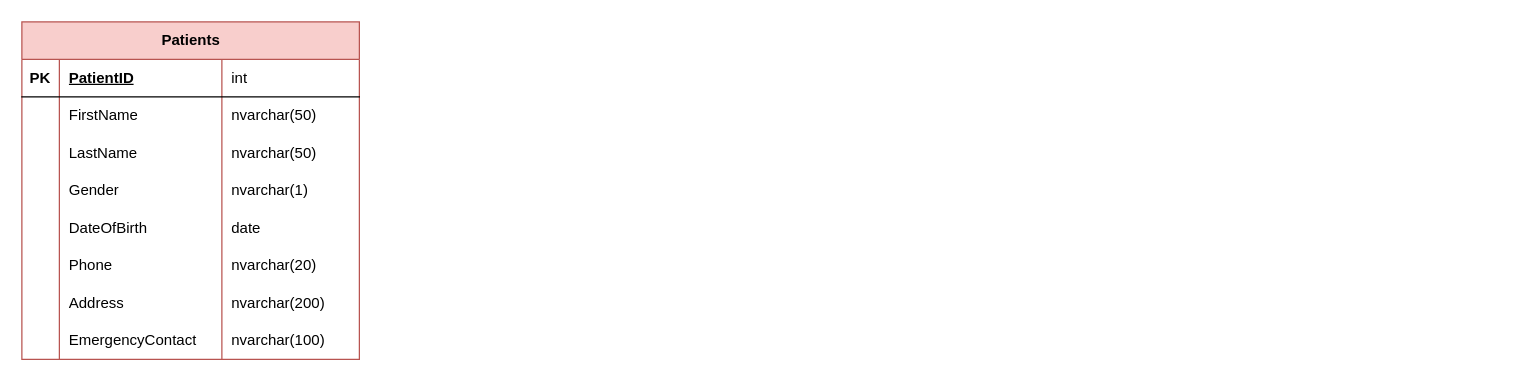
Above: DataBaseSchema/Schema_MentalHealthCare.drawio in ahmedabdelal7/MHC_System (draw.io), before the change. Source tidied: cells renumbered, new cells numbered last; positions are measured from the earlier drawing's top-left corner, leaving out a move shared by most shapes. Both pictures are drawn from the tidied source at 125%, with x=0, y=0 at pixel (21, 21).
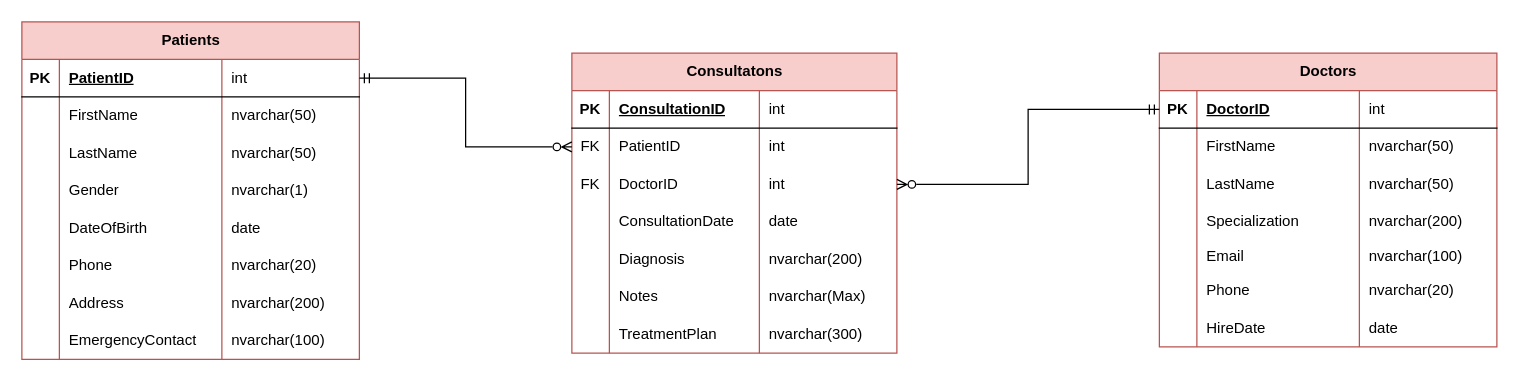
Above is the later version.

Unchanged cells that the change refers to:
```xml
<mxCell id="3" style="shape=tableRow;horizontal=0;startSize=0;swimlaneHead=0;swimlaneBody=0;fillColor=none;points=[[0,0.5],[1,0.5]];portConstraint=eastwest;top=0;left=0;right=0;bottom=1;" parent="2" vertex="1">
  <mxGeometry y="30" width="270" height="30" as="geometry" />
</mxCell>
```

Change to the diagram source:
```diff
@@
+    <mxCell id="36" value="Doctors" style="shape=table;startSize=30;childLayout=tableLayout;rowLines=0;fontStyle=1;align=center;html=1;labelBackgroundColor=none;fillColor=#f8cecc;strokeColor=#b85450;" parent="1" vertex="1">
+      <mxGeometry x="910" y="25" width="270" height="235" as="geometry" />
+    </mxCell>
+    <mxCell id="37" style="shape=tableRow;horizontal=0;startSize=0;swimlaneHead=0;swimlaneBody=0;fillColor=none;points=[[0,0.5],[1,0.5]];portConstraint=eastwest;top=0;left=0;right=0;bottom=1;" parent="36" vertex="1">
+      <mxGeometry y="30" width="270" height="30" as="geometry" />
+    </mxCell>
+    <mxCell id="38" value="PK" style="shape=partialRectangle;fillColor=none;top=0;left=0;bottom=0;right=0;fontStyle=1;overflow=hidden;whiteSpace=wrap;html=1;" parent="37" vertex="1">
+      <mxGeometry width="30" height="30" as="geometry" />
+    </mxCell>
+    <mxCell id="39" value="DoctorID" style="shape=partialRectangle;fillColor=none;top=0;left=0;bottom=0;right=0;align=left;spacingLeft=6;fontStyle=5;overflow=hidden;whiteSpace=wrap;html=1;" parent="37" vertex="1">
+      <mxGeometry x="30" width="130" height="30" as="geometry" />
+    </mxCell>
+    <mxCell id="40" value="int" style="shape=partialRectangle;fillColor=none;top=0;left=0;bottom=0;right=0;align=left;spacingLeft=6;fontStyle=0;overflow=hidden;whiteSpace=wrap;html=1;" parent="37" vertex="1">
+      <mxGeometry x="160" width="110" height="30" as="geometry" />
+    </mxCell>
+    <mxCell id="41" style="shape=tableRow;horizontal=0;startSize=0;swimlaneHead=0;swimlaneBody=0;fillColor=none;points=[[0,0.5],[1,0.5]];portConstraint=eastwest;top=0;left=0;right=0;bottom=0;" parent="36" vertex="1">
+      <mxGeometry y="60" width="270" height="30" as="geometry" />
+    </mxCell>
+    <mxCell id="42" style="shape=partialRectangle;fillColor=none;top=0;left=0;bottom=0;right=0;overflow=hidden;whiteSpace=wrap;html=1;" parent="41" vertex="1">
+      <mxGeometry width="30" height="30" as="geometry" />
+    </mxCell>
+    <mxCell id="43" value="FirstName" style="shape=partialRectangle;fillColor=none;top=0;left=0;bottom=0;right=0;align=left;spacingLeft=6;overflow=hidden;whiteSpace=wrap;html=1;" parent="41" vertex="1">
+      <mxGeometry x="30" width="130" height="30" as="geometry" />
+    </mxCell>
+    <mxCell id="44" value="nvarchar(50)" style="shape=partialRectangle;fillColor=none;top=0;left=0;bottom=0;right=0;align=left;spacingLeft=6;overflow=hidden;whiteSpace=wrap;html=1;fontStyle=0;" parent="41" vertex="1">
+      <mxGeometry x="160" width="110" height="30" as="geometry" />
+    </mxCell>
+    <mxCell id="45" style="shape=tableRow;horizontal=0;startSize=0;swimlaneHead=0;swimlaneBody=0;fillColor=none;top=0;left=0;right=0;bottom=0;" parent="36" vertex="1">
+      <mxGeometry y="90" width="270" height="30" as="geometry" />
+    </mxCell>
+    <mxCell id="46" style="shape=partialRectangle;fillColor=none;top=0;left=0;bottom=0;right=0;overflow=hidden;whiteSpace=wrap;html=1;" parent="45" vertex="1">
+      <mxGeometry width="30" height="30" as="geometry" />
+    </mxCell>
+    <mxCell id="47" value="LastName" style="shape=partialRectangle;fillColor=none;top=0;left=0;bottom=0;right=0;align=left;spacingLeft=6;overflow=hidden;whiteSpace=wrap;html=1;" parent="45" vertex="1">
+      <mxGeometry x="30" width="130" height="30" as="geometry" />
+    </mxCell>
+    <mxCell id="48" value="nvarchar(50)" style="shape=partialRectangle;fillColor=none;top=0;left=0;bottom=0;right=0;align=left;spacingLeft=6;overflow=hidden;whiteSpace=wrap;html=1;fontStyle=0;" parent="45" vertex="1">
+      <mxGeometry x="160" width="110" height="30" as="geometry" />
+    </mxCell>
+    <mxCell id="49" style="shape=tableRow;horizontal=0;startSize=0;swimlaneHead=0;swimlaneBody=0;fillColor=none;top=0;left=0;right=0;bottom=0;" parent="36" vertex="1">
+      <mxGeometry y="120" width="270" height="30" as="geometry" />
+    </mxCell>
+    <mxCell id="50" style="shape=partialRectangle;fillColor=none;top=0;left=0;bottom=0;right=0;overflow=hidden;whiteSpace=wrap;html=1;" parent="49" vertex="1">
+      <mxGeometry width="30" height="30" as="geometry" />
+    </mxCell>
+    <mxCell id="51" value="Specialization" style="shape=partialRectangle;fillColor=none;top=0;left=0;bottom=0;right=0;align=left;spacingLeft=6;overflow=hidden;whiteSpace=wrap;html=1;" parent="49" vertex="1">
+      <mxGeometry x="30" width="130" height="30" as="geometry" />
+    </mxCell>
+    <mxCell id="52" value="nvarchar(200)" style="shape=partialRectangle;fillColor=none;top=0;left=0;bottom=0;right=0;align=left;spacingLeft=6;overflow=hidden;whiteSpace=wrap;html=1;fontStyle=0;" parent="49" vertex="1">
+      <mxGeometry x="160" width="110" height="30" as="geometry" />
+    </mxCell>
+    <mxCell id="53" style="shape=tableRow;horizontal=0;startSize=0;swimlaneHead=0;swimlaneBody=0;fillColor=none;top=0;left=0;right=0;bottom=0;" parent="36" vertex="1">
+      <mxGeometry y="150" width="270" height="25" as="geometry" />
+    </mxCell>
+    <mxCell id="54" style="shape=partialRectangle;fillColor=none;top=0;left=0;bottom=0;right=0;overflow=hidden;whiteSpace=wrap;html=1;" parent="53" vertex="1">
+      <mxGeometry width="30" height="25" as="geometry" />
+    </mxCell>
+    <mxCell id="55" value="Email" style="shape=partialRectangle;fillColor=none;top=0;left=0;bottom=0;right=0;align=left;spacingLeft=6;overflow=hidden;whiteSpace=wrap;html=1;" parent="53" vertex="1">
+      <mxGeometry x="30" width="130" height="25" as="geometry" />
+    </mxCell>
+    <mxCell id="56" value="nvarchar(100)" style="shape=partialRectangle;fillColor=none;top=0;left=0;bottom=0;right=0;align=left;spacingLeft=6;overflow=hidden;whiteSpace=wrap;html=1;fontStyle=0;" parent="53" vertex="1">
+      <mxGeometry x="160" width="110" height="25" as="geometry" />
+    </mxCell>
+    <mxCell id="57" style="shape=tableRow;horizontal=0;startSize=0;swimlaneHead=0;swimlaneBody=0;fillColor=none;top=0;left=0;right=0;bottom=0;" parent="36" vertex="1">
+      <mxGeometry y="175" width="270" height="30" as="geometry" />
+    </mxCell>
+    <mxCell id="58" style="shape=partialRectangle;fillColor=none;top=0;left=0;bottom=0;right=0;overflow=hidden;whiteSpace=wrap;html=1;" parent="57" vertex="1">
+      <mxGeometry width="30" height="30" as="geometry" />
+    </mxCell>
+    <mxCell id="59" value="Phone" style="shape=partialRectangle;fillColor=none;top=0;left=0;bottom=0;right=0;align=left;spacingLeft=6;overflow=hidden;whiteSpace=wrap;html=1;" parent="57" vertex="1">
+      <mxGeometry x="30" width="130" height="30" as="geometry" />
+    </mxCell>
+    <mxCell id="60" value="nvarchar(20)" style="shape=partialRectangle;fillColor=none;top=0;left=0;bottom=0;right=0;align=left;spacingLeft=6;overflow=hidden;whiteSpace=wrap;html=1;fontStyle=0;" parent="57" vertex="1">
+      <mxGeometry x="160" width="110" height="30" as="geometry" />
+    </mxCell>
+    <mxCell id="61" style="shape=tableRow;horizontal=0;startSize=0;swimlaneHead=0;swimlaneBody=0;fillColor=none;top=0;left=0;right=0;bottom=0;" parent="36" vertex="1">
+      <mxGeometry y="205" width="270" height="30" as="geometry" />
+    </mxCell>
+    <mxCell id="62" style="shape=partialRectangle;fillColor=none;top=0;left=0;bottom=0;right=0;overflow=hidden;whiteSpace=wrap;html=1;" parent="61" vertex="1">
+      <mxGeometry width="30" height="30" as="geometry" />
+    </mxCell>
+    <mxCell id="63" value="HireDate" style="shape=partialRectangle;fillColor=none;top=0;left=0;bottom=0;right=0;align=left;spacingLeft=6;overflow=hidden;whiteSpace=wrap;html=1;" parent="61" vertex="1">
+      <mxGeometry x="30" width="130" height="30" as="geometry" />
+    </mxCell>
+    <mxCell id="64" value="date" style="shape=partialRectangle;fillColor=none;top=0;left=0;bottom=0;right=0;align=left;spacingLeft=6;overflow=hidden;whiteSpace=wrap;html=1;fontStyle=0;" parent="61" vertex="1">
+      <mxGeometry x="160" width="110" height="30" as="geometry" />
+    </mxCell>
+    <mxCell id="65" style="edgeStyle=orthogonalEdgeStyle;curved=1;rounded=0;orthogonalLoop=1;jettySize=auto;html=1;exitX=1;exitY=0.5;exitDx=0;exitDy=0;" parent="36" edge="1" source="41" target="41">
+      <mxGeometry relative="1" as="geometry" />
+    </mxCell>
+    <mxCell id="66" value="Consultatons" style="shape=table;startSize=30;childLayout=tableLayout;rowLines=0;fontStyle=1;align=center;html=1;labelBackgroundColor=none;fillColor=#f8cecc;strokeColor=#b85450;" parent="1" vertex="1">
+      <mxGeometry x="440" y="25" width="260" height="240" as="geometry" />
+    </mxCell>
+    <mxCell id="67" style="shape=tableRow;horizontal=0;startSize=0;swimlaneHead=0;swimlaneBody=0;fillColor=none;top=0;left=0;right=0;bottom=1;" parent="66" vertex="1">
+      <mxGeometry y="30" width="260" height="30" as="geometry" />
+    </mxCell>
+    <mxCell id="68" value="PK" style="shape=partialRectangle;fillColor=none;top=0;left=0;bottom=0;right=0;fontStyle=1;overflow=hidden;whiteSpace=wrap;html=1;" parent="67" vertex="1">
+      <mxGeometry width="30" height="30" as="geometry" />
+    </mxCell>
+    <mxCell id="69" value="ConsultationID" style="shape=partialRectangle;fillColor=none;top=0;left=0;bottom=0;right=0;align=left;spacingLeft=6;fontStyle=5;overflow=hidden;whiteSpace=wrap;html=1;" parent="67" vertex="1">
+      <mxGeometry x="30" width="120" height="30" as="geometry" />
+    </mxCell>
+    <mxCell id="70" value="int" style="shape=partialRectangle;fillColor=none;top=0;left=0;bottom=0;right=0;align=left;spacingLeft=6;fontStyle=0;overflow=hidden;whiteSpace=wrap;html=1;" parent="67" vertex="1">
+      <mxGeometry x="150" width="110" height="30" as="geometry" />
+    </mxCell>
+    <mxCell id="71" style="shape=tableRow;horizontal=0;startSize=0;swimlaneHead=0;swimlaneBody=0;fillColor=none;points=[[0,0.5],[1,0.5]];portConstraint=eastwest;top=0;left=0;right=0;bottom=0;" parent="66" vertex="1">
+      <mxGeometry y="60" width="260" height="30" as="geometry" />
+    </mxCell>
+    <mxCell id="72" value="FK" style="shape=partialRectangle;fillColor=none;top=0;left=0;bottom=0;right=0;overflow=hidden;whiteSpace=wrap;html=1;" parent="71" vertex="1">
+      <mxGeometry width="30" height="30" as="geometry" />
+    </mxCell>
+    <mxCell id="73" value="PatientID" style="shape=partialRectangle;fillColor=none;top=0;left=0;bottom=0;right=0;align=left;spacingLeft=6;overflow=hidden;whiteSpace=wrap;html=1;" parent="71" vertex="1">
+      <mxGeometry x="30" width="120" height="30" as="geometry" />
+    </mxCell>
+    <mxCell id="74" value="int" style="shape=partialRectangle;fillColor=none;top=0;left=0;bottom=0;right=0;align=left;spacingLeft=6;overflow=hidden;whiteSpace=wrap;html=1;fontStyle=0;" parent="71" vertex="1">
+      <mxGeometry x="150" width="110" height="30" as="geometry" />
+    </mxCell>
+    <mxCell id="75" style="shape=tableRow;horizontal=0;startSize=0;swimlaneHead=0;swimlaneBody=0;fillColor=none;points=[[0,0.5],[1,0.5]];portConstraint=eastwest;top=0;left=0;right=0;bottom=0;" parent="66" vertex="1">
+      <mxGeometry y="90" width="260" height="30" as="geometry" />
+    </mxCell>
+    <mxCell id="76" value="FK" style="shape=partialRectangle;fillColor=none;top=0;left=0;bottom=0;right=0;overflow=hidden;whiteSpace=wrap;html=1;" parent="75" vertex="1">
+      <mxGeometry width="30" height="30" as="geometry" />
+    </mxCell>
+    <mxCell id="77" value="DoctorID" style="shape=partialRectangle;fillColor=none;top=0;left=0;bottom=0;right=0;align=left;spacingLeft=6;overflow=hidden;whiteSpace=wrap;html=1;" parent="75" vertex="1">
+      <mxGeometry x="30" width="120" height="30" as="geometry" />
+    </mxCell>
+    <mxCell id="78" value="int" style="shape=partialRectangle;fillColor=none;top=0;left=0;bottom=0;right=0;align=left;spacingLeft=6;overflow=hidden;whiteSpace=wrap;html=1;fontStyle=0;" parent="75" vertex="1">
+      <mxGeometry x="150" width="110" height="30" as="geometry" />
+    </mxCell>
+    <mxCell id="79" style="shape=tableRow;horizontal=0;startSize=0;swimlaneHead=0;swimlaneBody=0;fillColor=none;top=0;left=0;right=0;bottom=0;" parent="66" vertex="1">
+      <mxGeometry y="120" width="260" height="30" as="geometry" />
+    </mxCell>
+    <mxCell id="80" style="shape=partialRectangle;fillColor=none;top=0;left=0;bottom=0;right=0;overflow=hidden;whiteSpace=wrap;html=1;" parent="79" vertex="1">
+      <mxGeometry width="30" height="30" as="geometry" />
+    </mxCell>
+    <mxCell id="81" value="ConsultationDate" style="shape=partialRectangle;fillColor=none;top=0;left=0;bottom=0;right=0;align=left;spacingLeft=6;overflow=hidden;whiteSpace=wrap;html=1;" parent="79" vertex="1">
+      <mxGeometry x="30" width="120" height="30" as="geometry" />
+    </mxCell>
+    <mxCell id="82" value="date" style="shape=partialRectangle;fillColor=none;top=0;left=0;bottom=0;right=0;align=left;spacingLeft=6;overflow=hidden;whiteSpace=wrap;html=1;fontStyle=0;" parent="79" vertex="1">
+      <mxGeometry x="150" width="110" height="30" as="geometry" />
+    </mxCell>
+    <mxCell id="83" style="shape=tableRow;horizontal=0;startSize=0;swimlaneHead=0;swimlaneBody=0;fillColor=none;top=0;left=0;right=0;bottom=0;" parent="66" vertex="1">
+      <mxGeometry y="150" width="260" height="30" as="geometry" />
+    </mxCell>
+    <mxCell id="84" style="shape=partialRectangle;fillColor=none;top=0;left=0;bottom=0;right=0;overflow=hidden;whiteSpace=wrap;html=1;" parent="83" vertex="1">
+      <mxGeometry width="30" height="30" as="geometry" />
+    </mxCell>
+    <mxCell id="85" value="Diagnosis" style="shape=partialRectangle;fillColor=none;top=0;left=0;bottom=0;right=0;align=left;spacingLeft=6;overflow=hidden;whiteSpace=wrap;html=1;" parent="83" vertex="1">
+      <mxGeometry x="30" width="120" height="30" as="geometry" />
+    </mxCell>
+    <mxCell id="86" value="nvarchar(200)" style="shape=partialRectangle;fillColor=none;top=0;left=0;bottom=0;right=0;align=left;spacingLeft=6;overflow=hidden;whiteSpace=wrap;html=1;fontStyle=0;" parent="83" vertex="1">
+      <mxGeometry x="150" width="110" height="30" as="geometry" />
+    </mxCell>
+    <mxCell id="87" style="shape=tableRow;horizontal=0;startSize=0;swimlaneHead=0;swimlaneBody=0;fillColor=none;top=0;left=0;right=0;bottom=0;" parent="66" vertex="1">
+      <mxGeometry y="180" width="260" height="30" as="geometry" />
+    </mxCell>
+    <mxCell id="88" style="shape=partialRectangle;fillColor=none;top=0;left=0;bottom=0;right=0;overflow=hidden;whiteSpace=wrap;html=1;" parent="87" vertex="1">
+      <mxGeometry width="30" height="30" as="geometry" />
+    </mxCell>
+    <mxCell id="89" value="Notes" style="shape=partialRectangle;fillColor=none;top=0;left=0;bottom=0;right=0;align=left;spacingLeft=6;overflow=hidden;whiteSpace=wrap;html=1;" parent="87" vertex="1">
+      <mxGeometry x="30" width="120" height="30" as="geometry" />
+    </mxCell>
+    <mxCell id="90" value="nvarchar(Max)" style="shape=partialRectangle;fillColor=none;top=0;left=0;bottom=0;right=0;align=left;spacingLeft=6;overflow=hidden;whiteSpace=wrap;html=1;fontStyle=0;" parent="87" vertex="1">
+      <mxGeometry x="150" width="110" height="30" as="geometry" />
+    </mxCell>
+    <mxCell id="91" style="shape=tableRow;horizontal=0;startSize=0;swimlaneHead=0;swimlaneBody=0;fillColor=none;top=0;left=0;right=0;bottom=0;" parent="66" vertex="1">
+      <mxGeometry y="210" width="260" height="30" as="geometry" />
+    </mxCell>
+    <mxCell id="92" style="shape=partialRectangle;fillColor=none;top=0;left=0;bottom=0;right=0;overflow=hidden;whiteSpace=wrap;html=1;" parent="91" vertex="1">
+      <mxGeometry width="30" height="30" as="geometry" />
+    </mxCell>
+    <mxCell id="93" value="TreatmentPlan" style="shape=partialRectangle;fillColor=none;top=0;left=0;bottom=0;right=0;align=left;spacingLeft=6;overflow=hidden;whiteSpace=wrap;html=1;" parent="91" vertex="1">
+      <mxGeometry x="30" width="120" height="30" as="geometry" />
+    </mxCell>
+    <mxCell id="94" value="nvarchar(300)" style="shape=partialRectangle;fillColor=none;top=0;left=0;bottom=0;right=0;align=left;spacingLeft=6;overflow=hidden;whiteSpace=wrap;html=1;fontStyle=0;" parent="91" vertex="1">
+      <mxGeometry x="150" width="110" height="30" as="geometry" />
+    </mxCell>
+    <mxCell id="95" style="edgeStyle=orthogonalEdgeStyle;curved=1;rounded=0;orthogonalLoop=1;jettySize=auto;html=1;exitX=1;exitY=0.5;exitDx=0;exitDy=0;" parent="66" edge="1" source="71" target="71">
+      <mxGeometry relative="1" as="geometry" />
+    </mxCell>
+    <mxCell id="96" style="edgeStyle=orthogonalEdgeStyle;rounded=0;jettySize=auto;html=1;endArrow=ERzeroToMany;endFill=0;startArrow=ERmandOne;startFill=0;" parent="1" edge="1" source="3" target="71">
+      <mxGeometry relative="1" as="geometry" />
+    </mxCell>
+    <mxCell id="97" style="edgeStyle=orthogonalEdgeStyle;rounded=0;jettySize=auto;html=1;entryX=1;entryY=0.5;entryDx=0;entryDy=0;endArrow=ERzeroToMany;endFill=0;startArrow=ERmandOne;startFill=0;" parent="1" edge="1" source="37" target="75">
+      <mxGeometry relative="1" as="geometry" />
+    </mxCell>
```
